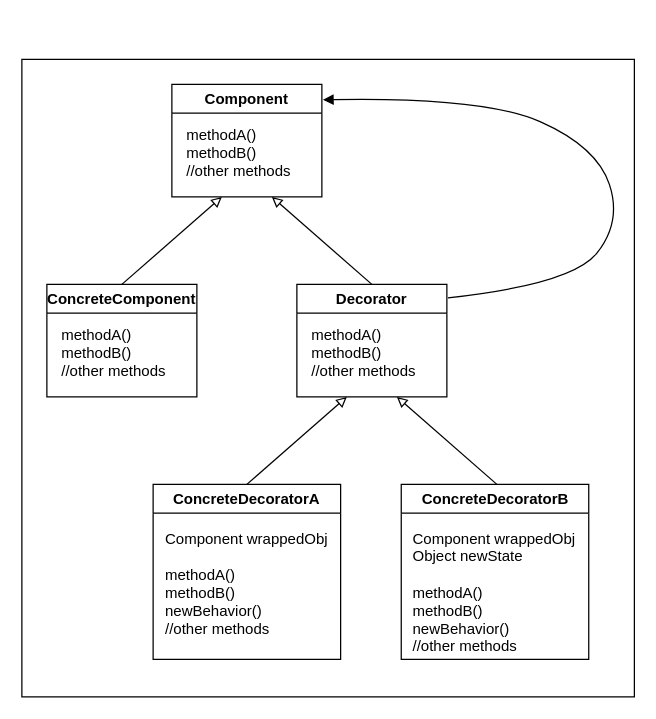
The draw.io diagram DecoratorDiagramClass.drawio in mikedr/design-pattern-decorator, before the edit. Source tidied: cells renumbered, new cells numbered last; positions are measured from the earlier drawing's top-left corner, leaving out a move shared by most shapes. Both pictures are drawn from the tidied source at 125%, with x=0, y=0 at pixel (21, 59).
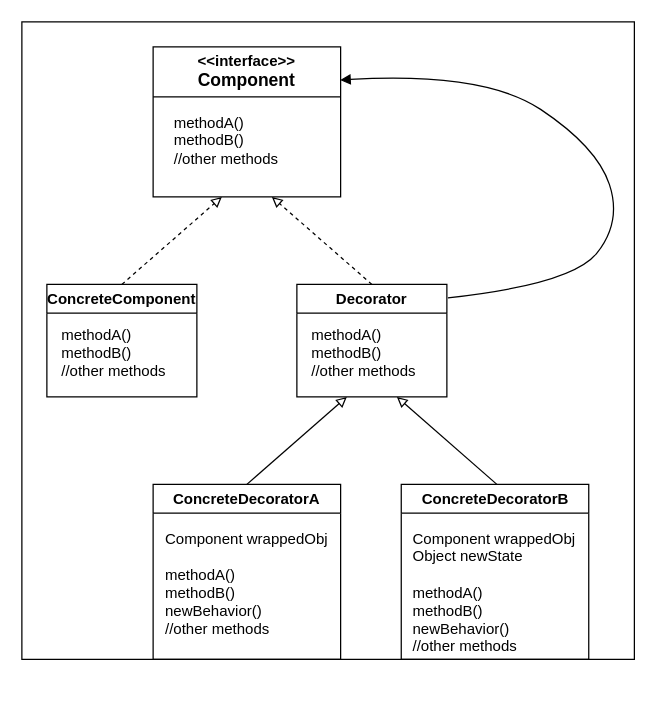
The same page after the edit.

Unchanged cells that the change refers to:
```xml
<mxCell id="9" value="Decorator" style="swimlane;whiteSpace=wrap;html=1;" parent="1" vertex="1">
  <mxGeometry x="220" y="180" width="120" height="90" as="geometry" />
</mxCell>
```

The edit, as a diff of the source:
```diff
@@
-    <mxCell id="2" value="Component" style="swimlane;whiteSpace=wrap;html=1;" parent="1" vertex="1">
-      <mxGeometry x="120" y="20" width="120" height="90" as="geometry" />
-    </mxCell>
-    <mxCell id="3" value="methodA()&lt;div&gt;methodB()&lt;/div&gt;&lt;div&gt;//other methods&lt;/div&gt;" style="text;html=1;align=left;verticalAlign=middle;whiteSpace=wrap;rounded=0;" parent="2" vertex="1">
-      <mxGeometry x="10" y="30" width="100" height="50" as="geometry" />
-    </mxCell>
-    <mxCell id="4" style="edgeStyle=orthogonalEdgeStyle;rounded=0;orthogonalLoop=1;jettySize=auto;html=1;exitX=0.5;exitY=1;exitDx=0;exitDy=0;" parent="2" edge="1" source="3" target="3">
-      <mxGeometry relative="1" as="geometry" />
-    </mxCell>
@@
-    <mxCell id="7" style="endArrow=block;html=1;rounded=0;curved=0;endFill=0;" parent="1" edge="1">
+    <mxCell id="7" style="endArrow=block;html=1;rounded=0;curved=0;endFill=0;dashed=1;" parent="1" edge="1">
       <mxGeometry relative="1" as="geometry">
         <mxPoint x="80" y="180" as="sourcePoint" />
         <mxPoint x="160" y="110" as="targetPoint" />
       </mxGeometry>
     </mxCell>
-    <mxCell id="8" style="endArrow=block;html=1;rounded=0;curved=0;endFill=0;" parent="1" edge="1">
+    <mxCell id="8" style="endArrow=block;html=1;rounded=0;curved=0;endFill=0;dashed=1;" parent="1" edge="1">
       <mxGeometry relative="1" as="geometry">
         <mxPoint x="280" y="180" as="sourcePoint" />
         <mxPoint x="200" y="110" as="targetPoint" />
       </mxGeometry>
     </mxCell>
@@
-    <mxCell id="19" style="curved=1;endArrow=block;html=1;rounded=0;entryX=1.007;entryY=0.137;entryDx=0;entryDy=0;entryPerimeter=0;exitX=1.007;exitY=0.12;exitDx=0;exitDy=0;exitPerimeter=0;endFill=1;" parent="1" edge="1" source="9" target="2">
+    <mxCell id="19" style="curved=1;endArrow=block;html=1;rounded=0;exitX=1.007;exitY=0.12;exitDx=0;exitDy=0;exitPerimeter=0;endFill=1;entryX=0.997;entryY=0.221;entryDx=0;entryDy=0;entryPerimeter=0;" parent="1" edge="1" source="9" target="21">
       <mxGeometry relative="1" as="geometry">
         <Array as="points">
           <mxPoint x="440" y="180" />
           <mxPoint x="480" y="130" />
           <mxPoint x="460" y="70" />
-          <mxPoint x="370" y="30" />
+          <mxPoint x="370" y="10" />
         </Array>
       </mxGeometry>
     </mxCell>
     <mxCell id="20" style="rounded=0;whiteSpace=wrap;html=1;fillColor=none;" parent="1" vertex="1">
-      <mxGeometry width="490" height="510" as="geometry" />
+      <mxGeometry y="-30" width="490" height="510" as="geometry" />
     </mxCell>
+    <mxCell id="21" value="&amp;lt;&amp;lt;interface&amp;gt;&amp;gt;&lt;div&gt;&lt;font style=&quot;font-size: 14px;&quot;&gt;Component&lt;/font&gt;&lt;/div&gt;" style="swimlane;whiteSpace=wrap;html=1;startSize=40;" parent="1" vertex="1">
+      <mxGeometry x="105" y="-10" width="150" height="120" as="geometry" />
+    </mxCell>
+    <mxCell id="3" value="methodA()&lt;div&gt;methodB()&lt;/div&gt;&lt;div&gt;//other methods&lt;/div&gt;" style="text;html=1;align=left;verticalAlign=middle;whiteSpace=wrap;rounded=0;" parent="21" vertex="1">
+      <mxGeometry x="15" y="50" width="100" height="50" as="geometry" />
+    </mxCell>
```
